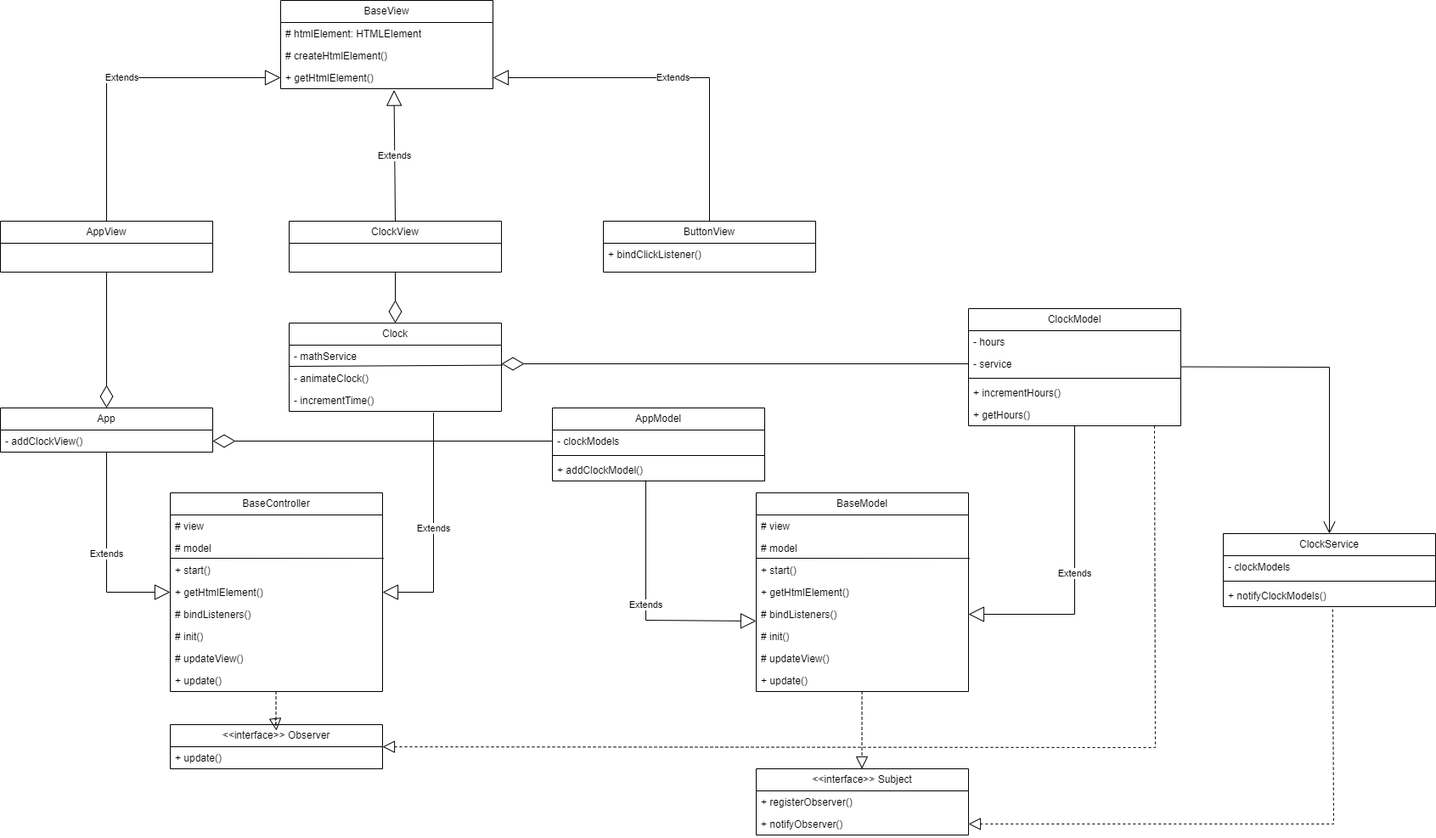
This is class_diagram.png from daadadhami/clock-exercise, a draw.io export, as it was before one commit. Source tidied: cells renumbered, new cells last; positions are measured from the earlier drawing's top-left corner, leaving out a move shared by most shapes.
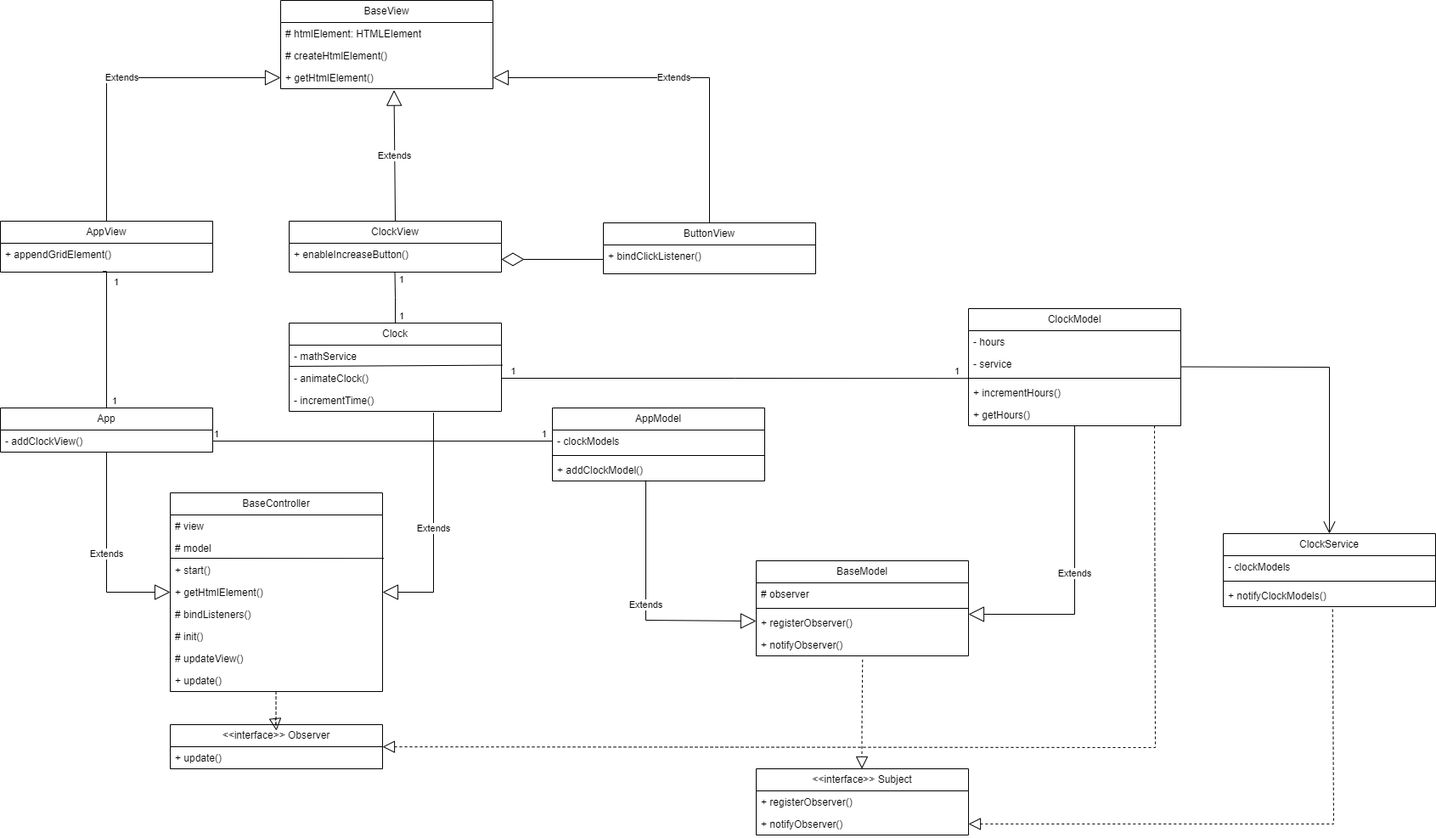
After the commit.

Commit message:
class diagram updated

What changed in the source:
```diff
@@ -3,7 +3,7 @@
     <mxCell id="0" />
     <mxCell id="1" parent="0" />
     <mxCell id="2" value="ButtonView" style="swimlane;fontStyle=0;horizontal=1;startSize=26;fillColor=none;whiteSpace=wrap;html=1;" parent="1" vertex="1">
-      <mxGeometry x="710" y="260" width="250" height="60" as="geometry" />
+      <mxGeometry x="710" y="262" width="250" height="60" as="geometry" />
     </mxCell>
     <mxCell id="3" value="&lt;div&gt;+ bindClickListener()&lt;/div&gt;&lt;div&gt;&lt;br&gt;&lt;/div&gt;" style="text;strokeColor=none;fillColor=none;align=left;verticalAlign=top;spacingLeft=4;spacingRight=4;overflow=hidden;points=[[0,0.5],[1,0.5]];portConstraint=eastwest;whiteSpace=wrap;html=1;" parent="2" vertex="1">
       <mxGeometry y="26" width="250" height="34" as="geometry" />
@@ -11,9 +11,15 @@
     <mxCell id="4" value="ClockView" style="swimlane;fontStyle=0;horizontal=1;startSize=26;fillColor=none;whiteSpace=wrap;html=1;" parent="1" vertex="1">
       <mxGeometry x="340" y="260" width="250" height="60" as="geometry" />
     </mxCell>
+    <mxCell id="72" value="&lt;div&gt;+ enableIncreaseButton()&lt;/div&gt;&lt;div&gt;&lt;br&gt;&lt;/div&gt;" style="text;strokeColor=none;fillColor=none;align=left;verticalAlign=top;spacingLeft=4;spacingRight=4;overflow=hidden;points=[[0,0.5],[1,0.5]];portConstraint=eastwest;whiteSpace=wrap;html=1;" parent="4" vertex="1">
+      <mxGeometry y="26" width="250" height="34" as="geometry" />
+    </mxCell>
     <mxCell id="5" value="AppView" style="swimlane;fontStyle=0;horizontal=1;startSize=26;fillColor=none;whiteSpace=wrap;html=1;" parent="1" vertex="1">
       <mxGeometry y="260" width="250" height="60" as="geometry" />
     </mxCell>
+    <mxCell id="73" value="&lt;div&gt;+ appendGridElement()&lt;/div&gt;&lt;div&gt;&lt;br&gt;&lt;/div&gt;" style="text;strokeColor=none;fillColor=none;align=left;verticalAlign=top;spacingLeft=4;spacingRight=4;overflow=hidden;points=[[0,0.5],[1,0.5]];portConstraint=eastwest;whiteSpace=wrap;html=1;" parent="5" vertex="1">
+      <mxGeometry y="26" width="250" height="34" as="geometry" />
+    </mxCell>
     <mxCell id="6" value="App" style="swimlane;fontStyle=0;horizontal=1;startSize=26;fillColor=none;whiteSpace=wrap;html=1;" parent="1" vertex="1">
       <mxGeometry y="480" width="250" height="52" as="geometry" />
     </mxCell>
@@ -107,46 +113,6 @@
         </Array>
       </mxGeometry>
     </mxCell>
-    <mxCell id="31" style="endArrow=diamondThin;endFill=0;endSize=24;html=1;rounded=0;entryX=0.5;entryY=0;entryDx=0;entryDy=0;exitX=0.5;exitY=1;exitDx=0;exitDy=0;" parent="1" edge="1" source="5" target="6">
-      <mxGeometry relative="1" as="geometry" />
-    </mxCell>
-    <mxCell id="32" style="endArrow=diamondThin;endFill=0;endSize=24;html=1;rounded=0;exitX=0.5;exitY=1;exitDx=0;exitDy=0;" parent="1" edge="1" source="4">
-      <mxGeometry relative="1" as="geometry">
-        <mxPoint x="465" y="380" as="targetPoint" />
-      </mxGeometry>
-    </mxCell>
-    <mxCell id="33" value="BaseModel" style="swimlane;fontStyle=0;horizontal=1;startSize=26;fillColor=none;whiteSpace=wrap;html=1;" parent="1" vertex="1">
-      <mxGeometry x="890" y="580" width="250" height="234" as="geometry" />
-    </mxCell>
-    <mxCell id="34" value="# view" style="text;strokeColor=none;fillColor=none;align=left;verticalAlign=top;spacingLeft=4;spacingRight=4;overflow=hidden;whiteSpace=wrap;html=1;" parent="33" vertex="1">
-      <mxGeometry y="26" width="250" height="26" as="geometry" />
-    </mxCell>
-    <mxCell id="35" value="# model" style="text;strokeColor=none;fillColor=none;align=left;verticalAlign=top;spacingLeft=4;spacingRight=4;overflow=hidden;whiteSpace=wrap;html=1;" parent="33" vertex="1">
-      <mxGeometry y="52" width="250" height="26" as="geometry" />
-    </mxCell>
-    <mxCell id="36" style="endArrow=none;html=1;rounded=0;entryX=1.006;entryY=-0.031;entryDx=0;entryDy=0;entryPerimeter=0;" parent="33" edge="1" target="37">
-      <mxGeometry relative="1" as="geometry">
-        <mxPoint y="77" as="sourcePoint" />
-      </mxGeometry>
-    </mxCell>
-    <mxCell id="37" value="&lt;div&gt;+ start()&lt;/div&gt;&lt;div&gt;&lt;br&gt;&lt;/div&gt;" style="text;strokeColor=none;fillColor=none;align=left;verticalAlign=top;spacingLeft=4;spacingRight=4;overflow=hidden;points=[[0,0.5],[1,0.5]];portConstraint=eastwest;whiteSpace=wrap;html=1;" parent="33" vertex="1">
-      <mxGeometry y="78" width="250" height="26" as="geometry" />
-    </mxCell>
-    <mxCell id="38" value="&lt;div&gt;+ getHtmlElement()&lt;/div&gt;" style="text;strokeColor=none;fillColor=none;align=left;verticalAlign=top;spacingLeft=4;spacingRight=4;overflow=hidden;whiteSpace=wrap;html=1;" parent="33" vertex="1">
-      <mxGeometry y="104" width="250" height="26" as="geometry" />
-    </mxCell>
-    <mxCell id="39" value="&lt;div&gt;# bindListeners()&lt;/div&gt;&lt;div&gt;&lt;br&gt;&lt;/div&gt;" style="text;strokeColor=none;fillColor=none;align=left;verticalAlign=top;spacingLeft=4;spacingRight=4;overflow=hidden;whiteSpace=wrap;html=1;" parent="33" vertex="1">
-      <mxGeometry y="130" width="250" height="26" as="geometry" />
-    </mxCell>
-    <mxCell id="40" value="&lt;div&gt;# init()&lt;/div&gt;&lt;div&gt;&lt;br&gt;&lt;/div&gt;" style="text;strokeColor=none;fillColor=none;align=left;verticalAlign=top;spacingLeft=4;spacingRight=4;overflow=hidden;whiteSpace=wrap;html=1;" parent="33" vertex="1">
-      <mxGeometry y="156" width="250" height="26" as="geometry" />
-    </mxCell>
-    <mxCell id="41" value="&lt;div&gt;# updateView()&lt;/div&gt;&lt;div&gt;&lt;br&gt;&lt;/div&gt;" style="text;strokeColor=none;fillColor=none;align=left;verticalAlign=top;spacingLeft=4;spacingRight=4;overflow=hidden;whiteSpace=wrap;html=1;" parent="33" vertex="1">
-      <mxGeometry y="182" width="250" height="26" as="geometry" />
-    </mxCell>
-    <mxCell id="42" value="&lt;div&gt;+ update()&lt;/div&gt;&lt;div&gt;&lt;br&gt;&lt;/div&gt;" style="text;strokeColor=none;fillColor=none;align=left;verticalAlign=top;spacingLeft=4;spacingRight=4;overflow=hidden;whiteSpace=wrap;html=1;" parent="33" vertex="1">
-      <mxGeometry y="208" width="250" height="26" as="geometry" />
-    </mxCell>
     <mxCell id="43" value="&amp;lt;&amp;lt;interface&amp;gt;&amp;gt; Subject" style="swimlane;fontStyle=0;horizontal=1;startSize=26;fillColor=none;whiteSpace=wrap;html=1;" parent="1" vertex="1">
       <mxGeometry x="890" y="905" width="250" height="78" as="geometry" />
     </mxCell>
@@ -156,9 +122,8 @@
     <mxCell id="45" value="+ notifyObserver()" style="text;strokeColor=none;fillColor=none;align=left;verticalAlign=top;spacingLeft=4;spacingRight=4;overflow=hidden;points=[[0,0.5],[1,0.5]];portConstraint=eastwest;whiteSpace=wrap;html=1;" parent="43" vertex="1">
       <mxGeometry y="52" width="250" height="26" as="geometry" />
     </mxCell>
-    <mxCell id="46" style="endArrow=block;dashed=1;endFill=0;endSize=12;html=1;rounded=0;exitX=0.482;exitY=1.185;exitDx=0;exitDy=0;exitPerimeter=0;" parent="1" edge="1">
+    <mxCell id="46" style="endArrow=block;dashed=1;endFill=0;endSize=12;html=1;rounded=0;exitX=0.501;exitY=1.169;exitDx=0;exitDy=0;exitPerimeter=0;" parent="1" edge="1" source="78">
       <mxGeometry relative="1" as="geometry">
-        <mxPoint x="1014.5" y="814" as="sourcePoint" />
         <mxPoint x="1014.5" y="905" as="targetPoint" />
         <Array as="points">
           <mxPoint x="1014.5" y="855" />
@@ -177,9 +142,6 @@
     <mxCell id="50" value="+ addClockModel()" style="text;strokeColor=none;fillColor=none;align=left;verticalAlign=top;spacingLeft=4;spacingRight=4;overflow=hidden;points=[[0,0.5],[1,0.5]];portConstraint=eastwest;whiteSpace=wrap;html=1;" parent="47" vertex="1">
       <mxGeometry y="60" width="250" height="26" as="geometry" />
     </mxCell>
-    <mxCell id="51" style="endArrow=diamondThin;endFill=0;endSize=24;html=1;rounded=0;entryX=1;entryY=0.5;entryDx=0;entryDy=0;exitX=0;exitY=0.5;exitDx=0;exitDy=0;" parent="1" edge="1" source="48" target="7">
-      <mxGeometry relative="1" as="geometry" />
-    </mxCell>
     <mxCell id="52" value="Extends" style="endArrow=block;endSize=16;endFill=0;html=1;rounded=0;exitX=0.68;exitY=1.062;exitDx=0;exitDy=0;entryX=1;entryY=0.5;entryDx=0;entryDy=0;exitPerimeter=0;" parent="1" edge="1" source="12" target="18">
       <mxGeometry relative="1" as="geometry">
         <Array as="points">
@@ -221,11 +183,6 @@
         </Array>
       </mxGeometry>
     </mxCell>
-    <mxCell id="61" style="endArrow=diamondThin;endFill=0;endSize=24;html=1;rounded=0;entryX=1;entryY=0.5;entryDx=0;entryDy=0;exitX=0;exitY=0.5;exitDx=0;exitDy=0;" parent="1" edge="1" source="56">
-      <mxGeometry relative="1" as="geometry">
-        <mxPoint x="590" y="428" as="targetPoint" />
-      </mxGeometry>
-    </mxCell>
     <mxCell id="62" value="ClockService" style="swimlane;fontStyle=0;horizontal=1;startSize=26;fillColor=none;whiteSpace=wrap;html=1;" parent="1" vertex="1">
       <mxGeometry x="1440" y="628" width="250" height="86" as="geometry" />
     </mxCell>
@@ -276,5 +233,73 @@
         </Array>
       </mxGeometry>
     </mxCell>
+    <mxCell id="74" style="endArrow=diamondThin;endFill=0;endSize=24;html=1;rounded=0;exitX=0;exitY=0.5;exitDx=0;exitDy=0;entryX=1;entryY=0.75;entryDx=0;entryDy=0;" parent="1" edge="1" source="3" target="4">
+      <mxGeometry relative="1" as="geometry" />
+    </mxCell>
+    <mxCell id="33" value="BaseModel" style="swimlane;fontStyle=0;horizontal=1;startSize=26;fillColor=none;whiteSpace=wrap;html=1;" parent="1" vertex="1">
+      <mxGeometry x="890" y="660" width="250" height="112" as="geometry" />
+    </mxCell>
+    <mxCell id="75" value="# observer" style="text;strokeColor=none;fillColor=none;align=left;verticalAlign=top;spacingLeft=4;spacingRight=4;overflow=hidden;whiteSpace=wrap;html=1;" parent="33" vertex="1">
+      <mxGeometry y="26" width="250" height="26" as="geometry" />
+    </mxCell>
+    <mxCell id="76" style="line;strokeWidth=1;fillColor=none;align=left;verticalAlign=middle;spacingTop=-1;spacingLeft=3;spacingRight=3;labelPosition=right;strokeColor=inherit;" parent="33" vertex="1">
+      <mxGeometry y="52" width="250" height="8" as="geometry" />
+    </mxCell>
+    <mxCell id="77" value="+ registerObserver()" style="text;strokeColor=none;fillColor=none;align=left;verticalAlign=top;spacingLeft=4;spacingRight=4;overflow=hidden;whiteSpace=wrap;html=1;" parent="33" vertex="1">
+      <mxGeometry y="60" width="250" height="26" as="geometry" />
+    </mxCell>
+    <mxCell id="78" value="+ notifyObserver()" style="text;strokeColor=none;fillColor=none;align=left;verticalAlign=top;spacingLeft=4;spacingRight=4;overflow=hidden;points=[[0,0.5],[1,0.5]];portConstraint=eastwest;whiteSpace=wrap;html=1;" parent="33" vertex="1">
+      <mxGeometry y="86" width="250" height="26" as="geometry" />
+    </mxCell>
+    <mxCell id="79" style="endArrow=none;html=1;edgeStyle=orthogonalEdgeStyle;rounded=0;exitX=0.5;exitY=0;exitDx=0;exitDy=0;entryX=0.482;entryY=0.976;entryDx=0;entryDy=0;entryPerimeter=0;" parent="1" edge="1" source="6" target="73">
+      <mxGeometry relative="1" as="geometry">
+        <Array as="points">
+          <mxPoint x="125" y="319" />
+        </Array>
+      </mxGeometry>
+    </mxCell>
+    <mxCell id="80" value="1" style="edgeLabel;html=1;align=left;verticalAlign=bottom;" parent="79" vertex="1">
+      <mxGeometry x="-1" relative="1" as="geometry">
+        <mxPoint x="5" as="offset" />
+      </mxGeometry>
+    </mxCell>
+    <mxCell id="81" value="1" style="edgeLabel;html=1;align=right;verticalAlign=bottom;" parent="79" vertex="1">
+      <mxGeometry x="1" relative="1" as="geometry">
+        <mxPoint x="19" y="21" as="offset" />
+      </mxGeometry>
+    </mxCell>
+    <mxCell id="82" style="endArrow=none;html=1;edgeStyle=orthogonalEdgeStyle;rounded=0;exitX=1;exitY=0.5;exitDx=0;exitDy=0;entryX=0;entryY=0.5;entryDx=0;entryDy=0;" parent="1" edge="1" source="7" target="48">
+      <mxGeometry relative="1" as="geometry" />
+    </mxCell>
+    <mxCell id="83" value="1" style="edgeLabel;html=1;align=left;verticalAlign=bottom;" parent="82" vertex="1">
+      <mxGeometry x="-1" relative="1" as="geometry" />
+    </mxCell>
+    <mxCell id="84" value="1&amp;nbsp;&amp;nbsp;" style="edgeLabel;html=1;align=right;verticalAlign=bottom;" parent="82" vertex="1">
+      <mxGeometry x="1" relative="1" as="geometry" />
+    </mxCell>
+    <mxCell id="85" style="endArrow=none;html=1;edgeStyle=orthogonalEdgeStyle;rounded=0;exitX=1;exitY=0.5;exitDx=0;exitDy=0;entryX=0.002;entryY=-0.146;entryDx=0;entryDy=0;entryPerimeter=0;" parent="1" edge="1" source="11" target="58">
+      <mxGeometry relative="1" as="geometry" />
+    </mxCell>
+    <mxCell id="86" value="&amp;nbsp; &amp;nbsp;1" style="edgeLabel;html=1;align=left;verticalAlign=bottom;" parent="85" vertex="1">
+      <mxGeometry x="-1" relative="1" as="geometry" />
+    </mxCell>
+    <mxCell id="87" value="1" style="edgeLabel;html=1;align=right;verticalAlign=bottom;" parent="85" vertex="1">
+      <mxGeometry x="1" relative="1" as="geometry">
+        <mxPoint x="-11" as="offset" />
+      </mxGeometry>
+    </mxCell>
+    <mxCell id="88" style="endArrow=none;html=1;edgeStyle=orthogonalEdgeStyle;rounded=0;exitX=0.5;exitY=0;exitDx=0;exitDy=0;entryX=0.498;entryY=1;entryDx=0;entryDy=0;entryPerimeter=0;" parent="1" edge="1" source="8" target="72">
+      <mxGeometry relative="1" as="geometry" />
+    </mxCell>
+    <mxCell id="89" value="1" style="edgeLabel;html=1;align=left;verticalAlign=bottom;" parent="88" vertex="1">
+      <mxGeometry x="-1" relative="1" as="geometry">
+        <mxPoint x="3" as="offset" />
+      </mxGeometry>
+    </mxCell>
+    <mxCell id="90" value="1&amp;nbsp;&amp;nbsp;" style="edgeLabel;html=1;align=right;verticalAlign=bottom;" parent="88" vertex="1">
+      <mxGeometry x="1" relative="1" as="geometry">
+        <mxPoint x="17" y="17" as="offset" />
+      </mxGeometry>
+    </mxCell>
   </root>
 </mxGraphModel>
```
